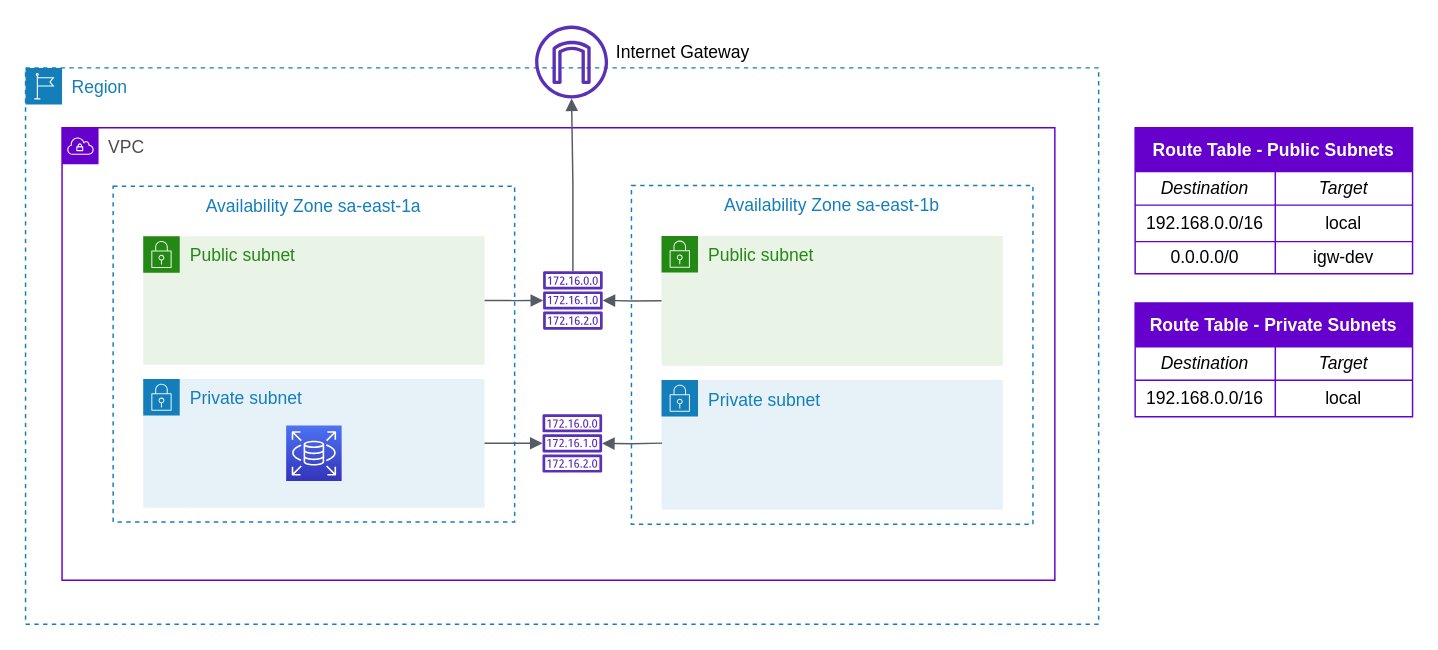
Before: c4/aws-dev-diagram.drawio in ThiagoPanini/nbaflow, a draw.io diagram. Source tidied: cells renumbered, new cells numbered last; positions are measured from the earlier drawing's top-left corner, leaving out a move shared by most shapes. Both pictures are drawn from the tidied source at 146%, with x=0, y=0 at pixel (25, 25).
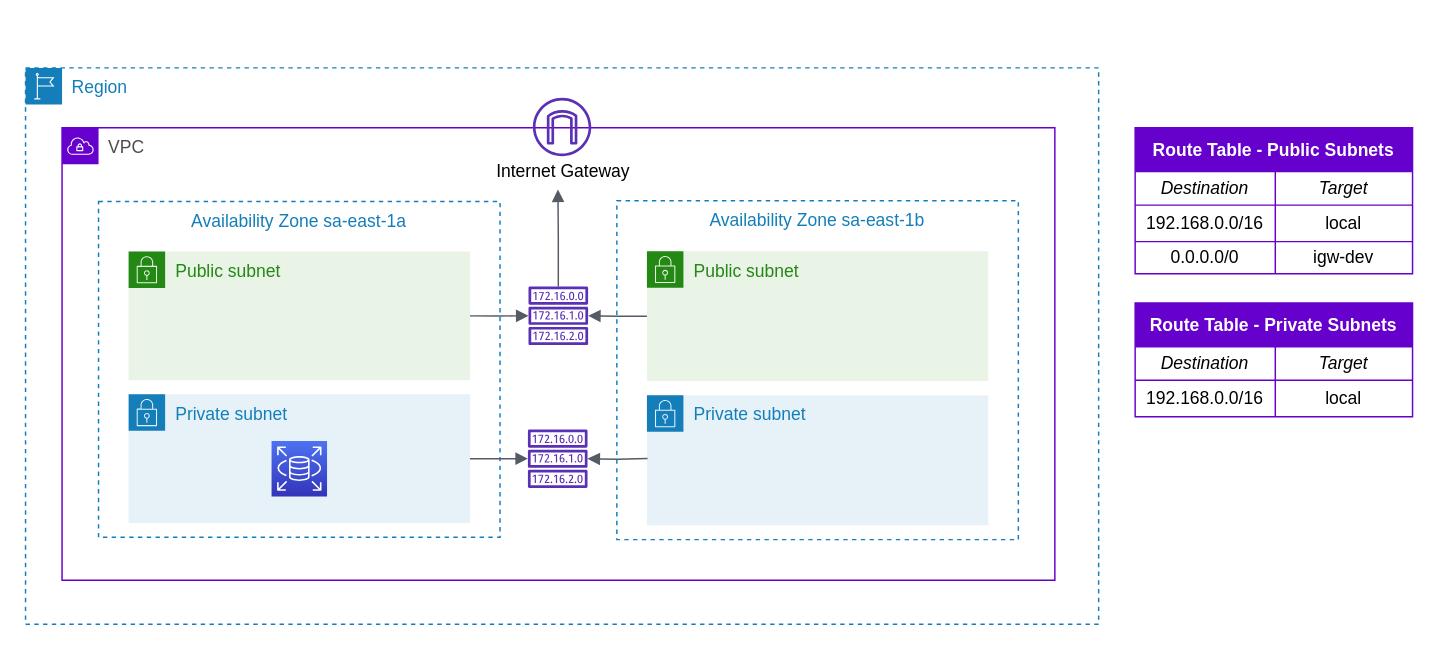
The same diagram, later.

Commit message:
Proposta de versão 3 do diagrama da solução

The change refers to these unchanged cells:
```xml
<mxCell id="4" style="group;" parent="1" vertex="1">
  <mxGeometry x="415" y="109.5" width="275" height="240.5" as="geometry" />
</mxCell>
```

Change to the diagram source:
```diff
@@
     <mxCell id="5" value="Availability Zone sa-east-1b" style="fillColor=none;strokeColor=#147EBA;dashed=1;verticalAlign=top;fontStyle=0;fontColor=#147EBA;" parent="4" vertex="1">
-      <mxGeometry width="275" height="232.1" as="geometry" />
+      <mxGeometry x="-10" y="10.5" width="275" height="232.1" as="geometry" />
     </mxCell>
     <mxCell id="6" value="Private subnet" style="gradientColor=none;html=1;whiteSpace=wrap;fontSize=12;fontStyle=0;shape=mxgraph.aws4.group;grIcon=mxgraph.aws4.group_security_group;grStroke=0;strokeColor=#147EBA;fillColor=#E6F2F8;verticalAlign=top;align=left;spacingLeft=30;fontColor=#147EBA;dashed=0;" parent="4" vertex="1">
-      <mxGeometry x="20.6" y="133.3" width="233.8" height="88.9" as="geometry" />
+      <mxGeometry x="10.6" y="143.8" width="233.8" height="88.9" as="geometry" />
     </mxCell>
     <mxCell id="7" value="Public subnet" style="points=[[0,0],[0.25,0],[0.5,0],[0.75,0],[1,0],[1,0.25],[1,0.5],[1,0.75],[1,1],[0.75,1],[0.5,1],[0.25,1],[0,1],[0,0.75],[0,0.5],[0,0.25]];outlineConnect=0;gradientColor=none;html=1;whiteSpace=wrap;fontSize=12;fontStyle=0;shape=mxgraph.aws4.group;grIcon=mxgraph.aws4.group_security_group;grStroke=0;strokeColor=#248814;fillColor=#E9F3E6;verticalAlign=top;align=left;spacingLeft=30;fontColor=#248814;dashed=0;" parent="4" vertex="1">
-      <mxGeometry x="20.6" y="34.6" width="233.8" height="88.9" as="geometry" />
+      <mxGeometry x="10.6" y="45.1" width="233.8" height="88.9" as="geometry" />
     </mxCell>
     <mxCell id="8" style="group;" parent="1" vertex="1">
-      <mxGeometry x="60" y="110" width="275" height="230" as="geometry" />
+      <mxGeometry x="50" y="120.5" width="275" height="230" as="geometry" />
     </mxCell>
@@
     <mxCell id="13" style="outlineConnect=0;fontColor=#232F3E;gradientColor=none;fillColor=#5A30B5;strokeColor=none;dashed=0;verticalLabelPosition=bottom;verticalAlign=top;align=center;html=1;fontSize=12;fontStyle=0;shape=mxgraph.aws4.internet_gateway;" parent="1" vertex="1">
-      <mxGeometry x="349" width="50" height="50" as="geometry" />
+      <mxGeometry x="347.5" y="49.5" width="40" height="40" as="geometry" />
     </mxCell>
@@
     <mxCell id="31" style="outlineConnect=0;fontColor=#232F3E;gradientColor=none;fillColor=#5A30B5;strokeColor=none;dashed=0;verticalLabelPosition=bottom;verticalAlign=top;align=center;html=1;fontSize=12;fontStyle=0;shape=mxgraph.aws4.route_table;" parent="1" vertex="1">
-      <mxGeometry x="354.4" y="168.3" width="41" height="40" as="geometry" />
+      <mxGeometry x="344.4" y="178.8" width="41" height="40" as="geometry" />
     </mxCell>
@@
     <mxCell id="34" style="outlineConnect=0;fontColor=#232F3E;gradientColor=none;fillColor=#5A30B5;strokeColor=none;dashed=0;verticalLabelPosition=bottom;verticalAlign=top;align=center;html=1;fontSize=12;fontStyle=0;shape=mxgraph.aws4.route_table;" parent="1" vertex="1">
-      <mxGeometry x="354" y="266.2" width="41" height="40" as="geometry" />
+      <mxGeometry x="344" y="276.7" width="41" height="40" as="geometry" />
     </mxCell>
@@
     <mxCell id="36" style="edgeStyle=orthogonalEdgeStyle;html=1;endArrow=block;elbow=vertical;startArrow=none;endFill=1;strokeColor=#545B64;rounded=0;" parent="1" edge="1" target="34">
       <mxGeometry relative="1" as="geometry">
-        <mxPoint x="436" y="286" as="sourcePoint" />
+        <mxPoint x="426" y="296.5" as="sourcePoint" />
       </mxGeometry>
     </mxCell>
-    <mxCell id="37" style="edgeStyle=orthogonalEdgeStyle;html=1;endArrow=block;elbow=vertical;startArrow=none;endFill=1;strokeColor=#545B64;rounded=0;" parent="1" edge="1" source="31" target="13">
+    <mxCell id="37" style="edgeStyle=orthogonalEdgeStyle;html=1;endArrow=block;elbow=vertical;startArrow=none;endFill=1;strokeColor=#545B64;rounded=0;entryX=0.474;entryY=1.142;entryDx=0;entryDy=0;entryPerimeter=0;" parent="1" edge="1" source="31" target="38">
       <mxGeometry relative="1" as="geometry" />
     </mxCell>
     <mxCell id="38" value="Internet Gateway" style="text;html=1;align=center;verticalAlign=middle;points=[];strokeColor=none;" parent="1" vertex="1">
-      <mxGeometry x="395" y="9" width="110" height="20" as="geometry" />
+      <mxGeometry x="312.5" y="89.5" width="110" height="20" as="geometry" />
     </mxCell>
```
